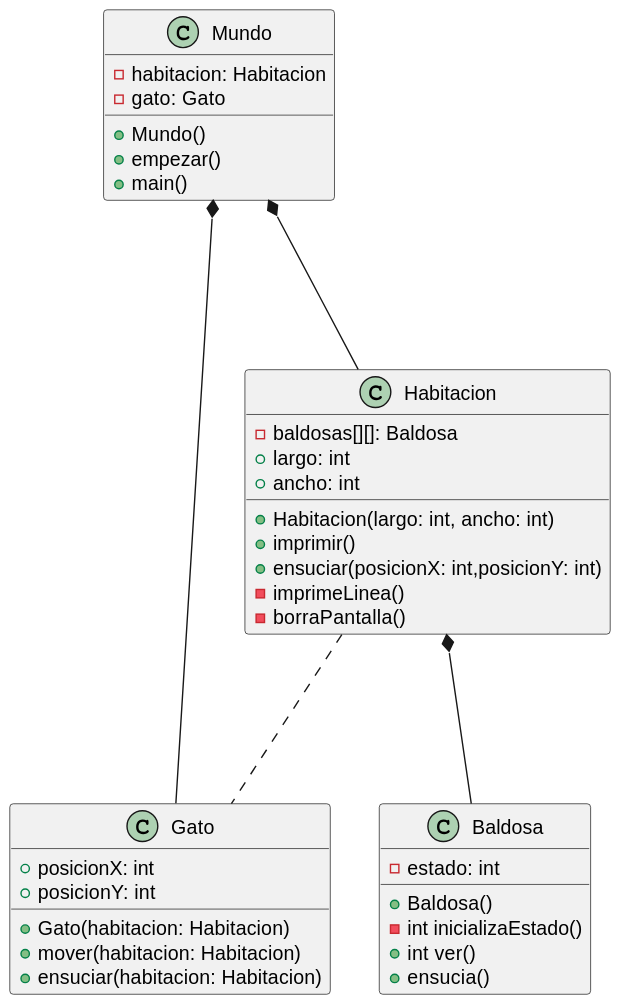
The PlantUML diagram out/modelosUML/diagrama001/diagrama001.svg in mmasias/theWorld, before a commit. Source of this version:
```plantuml
@startuml

class Mundo{
    - habitacion: Habitacion
    - gato: Gato
    + Mundo()
    + empezar()
    + main()
}

class Habitacion {
    - baldosas[][]: Baldosa
    + largo: int
    + ancho: int
    +Habitacion(largo: int, ancho: int)
    +imprimir()
    +ensuciar(posicionX: int,posicionY: int)
    -imprimeLinea()
    -borraPantalla()
}

class Baldosa{
    - estado: int
    + Baldosa()
    - int inicializaEstado()
    + int ver()
    + ensucia()
}

class Gato{
    + posicionX: int
    + posicionY: int
    + Gato(habitacion: Habitacion)
    + mover(habitacion: Habitacion)
    + ensuciar(habitacion: Habitacion)
}

Mundo *-D-- Habitacion
Mundo *-R--- Gato
Habitacion *-D-- Baldosa
Habitacion ... Gato

@enduml
```
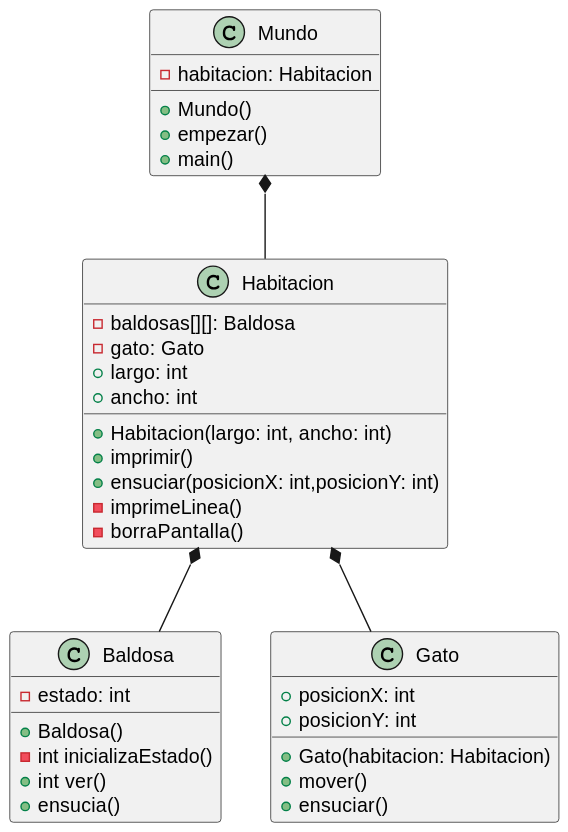
Above is the later version.

What changed in the source:
```diff
@@ -2,7 +2,6 @@
 
 class Mundo{
     - habitacion: Habitacion
-    - gato: Gato
     + Mundo()
     + empezar()
     + main()
@@ -10,13 +9,14 @@
 
 class Habitacion {
     - baldosas[][]: Baldosa
+    - gato: Gato
     + largo: int
     + ancho: int
-    +Habitacion(largo: int, ancho: int)
-    +imprimir()
-    +ensuciar(posicionX: int,posicionY: int)
-    -imprimeLinea()
-    -borraPantalla()
+    + Habitacion(largo: int, ancho: int)
+    + imprimir()
+    + ensuciar(posicionX: int,posicionY: int)
+    - imprimeLinea()
+    - borraPantalla()
 }
 
 class Baldosa{
@@ -31,13 +31,12 @@
     + posicionX: int
     + posicionY: int
     + Gato(habitacion: Habitacion)
-    + mover(habitacion: Habitacion)
-    + ensuciar(habitacion: Habitacion)
+    + mover()
+    + ensuciar()
 }
 
-Mundo *-D-- Habitacion
-Mundo *-R--- Gato
-Habitacion *-D-- Baldosa
-Habitacion ... Gato
+Mundo *-D- Habitacion
+Habitacion *-D- Baldosa
+Habitacion *-- Gato
 
 @enduml
```
